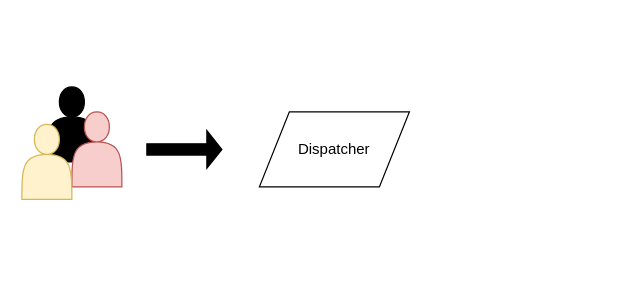
udothemath/my_drawio keeps this draw.io diagram as my_abtest_workflow.drawio. Above is the earlier version. Source tidied: cells renumbered, new cells numbered last; positions are measured from the earlier drawing's top-left corner, leaving out a move shared by most shapes. Both pictures are drawn from the tidied source at 125%, with x=0, y=0 at pixel (21, 86).
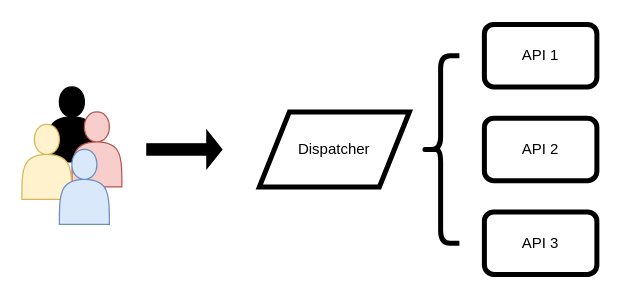
The same page after the edit.

Change to the diagram source:
```diff
@@
 <mxGraphModel>
   <root>
     <mxCell id="0" />
     <mxCell id="1" parent="0" />
     <mxCell id="2" style="shape=actor;whiteSpace=wrap;html=1;fillColor=#000000;" parent="1" vertex="1">
       <mxGeometry x="20" width="40" height="60" as="geometry" />
     </mxCell>
     <mxCell id="3" style="shape=actor;whiteSpace=wrap;html=1;fillColor=#f8cecc;strokeColor=#b85450;" parent="1" vertex="1">
       <mxGeometry x="40" y="20" width="40" height="60" as="geometry" />
     </mxCell>
     <mxCell id="4" style="shape=actor;whiteSpace=wrap;html=1;fillColor=#fff2cc;strokeColor=#d6b656;" parent="1" vertex="1">
       <mxGeometry y="30" width="40" height="60" as="geometry" />
     </mxCell>
     <mxCell id="5" style="shape=singleArrow;whiteSpace=wrap;html=1;fillColor=#000000;" parent="1" vertex="1">
       <mxGeometry x="100" y="35" width="60" height="30" as="geometry" />
     </mxCell>
-    <mxCell id="6" value="Dispatcher" style="shape=parallelogram;perimeter=parallelogramPerimeter;whiteSpace=wrap;html=1;fillColor=#FFFFFF;" parent="1" vertex="1">
+    <mxCell id="6" value="Dispatcher" style="shape=parallelogram;perimeter=parallelogramPerimeter;whiteSpace=wrap;html=1;fillColor=#FFFFFF;strokeWidth=4;" parent="1" vertex="1">
       <mxGeometry x="190" y="20" width="120" height="60" as="geometry" />
     </mxCell>
+    <mxCell id="7" style="shape=curlyBracket;whiteSpace=wrap;html=1;rounded=1;strokeWidth=4;fillColor=#FFFFFF;" parent="1" vertex="1">
+      <mxGeometry x="320" y="-25" width="30" height="150" as="geometry" />
+    </mxCell>
+    <mxCell id="8" style="shape=actor;whiteSpace=wrap;html=1;fillColor=#dae8fc;strokeColor=#6c8ebf;" parent="1" vertex="1">
+      <mxGeometry x="30" y="50" width="40" height="60" as="geometry" />
+    </mxCell>
+    <mxCell id="9" value="API 1" style="rounded=1;whiteSpace=wrap;html=1;strokeWidth=4;fillColor=#FFFFFF;" parent="1" vertex="1">
+      <mxGeometry x="370" y="-50" width="90" height="50" as="geometry" />
+    </mxCell>
+    <mxCell id="10" value="API 2" style="rounded=1;whiteSpace=wrap;html=1;strokeWidth=4;fillColor=#FFFFFF;" parent="1" vertex="1">
+      <mxGeometry x="370" y="25" width="90" height="50" as="geometry" />
+    </mxCell>
+    <mxCell id="11" value="API 3" style="rounded=1;whiteSpace=wrap;html=1;strokeWidth=4;fillColor=#FFFFFF;" parent="1" vertex="1">
+      <mxGeometry x="370" y="100" width="90" height="50" as="geometry" />
+    </mxCell>
   </root>
 </mxGraphModel>
```
